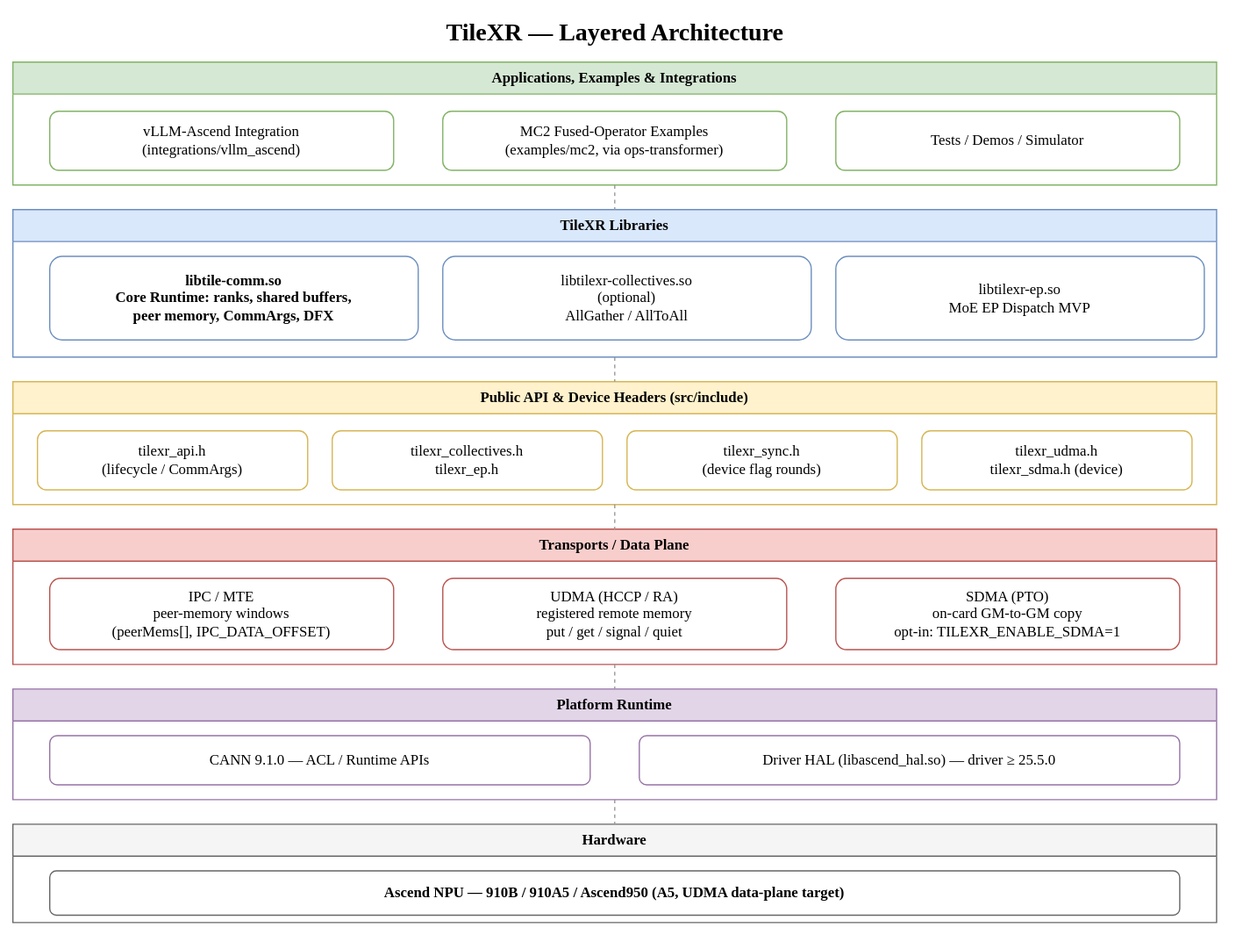
The draw.io diagram docs/diagrams/architecture-overview.drawio.svg in LingquLab/TileXR, before a commit. Source tidied: cells renumbered, new cells last; positions are measured from the earlier drawing's top-left corner, leaving out a move shared by most shapes.
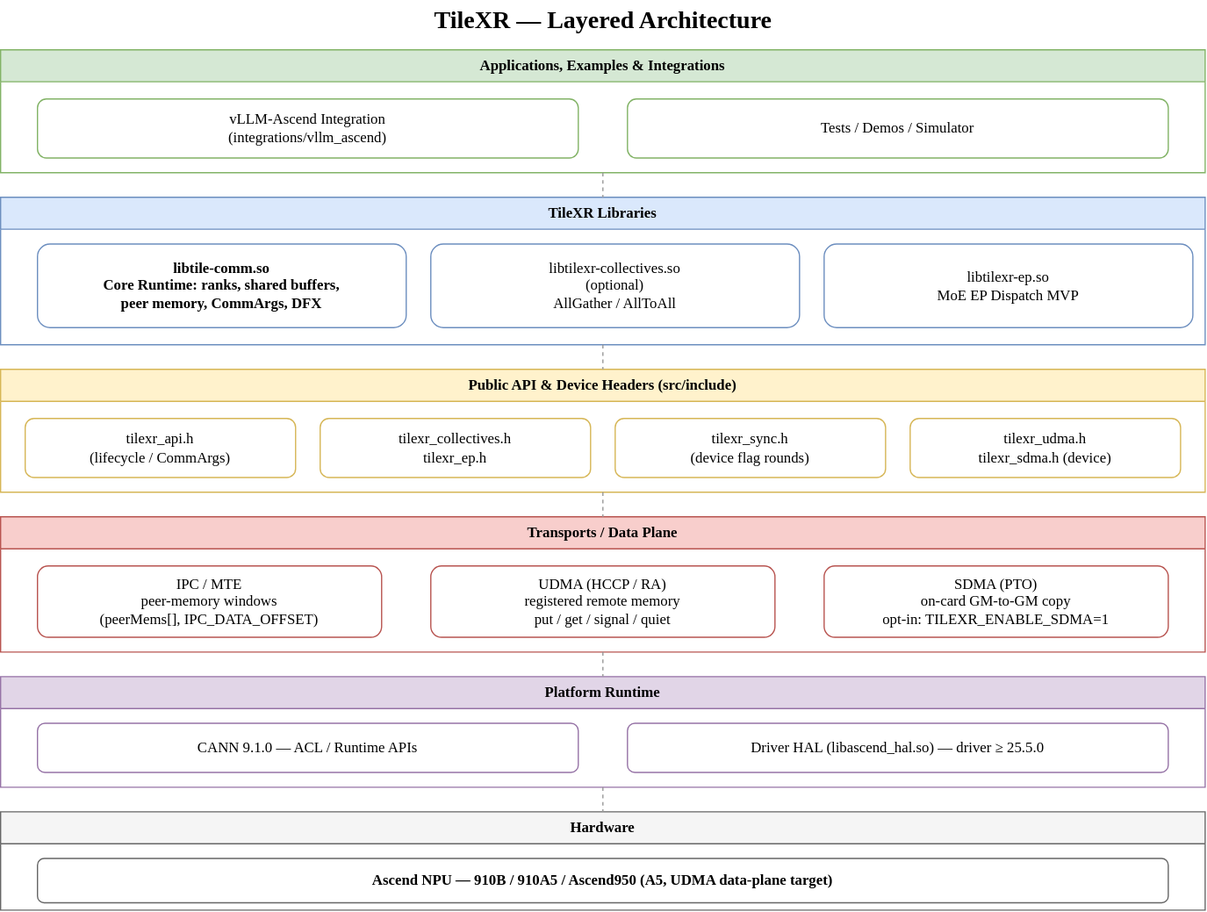
Above is the later version.

What changed in the source:
```diff
@@ -9,13 +9,10 @@
       <mxGeometry y="40" width="980" height="100" as="geometry" />
     </mxCell>
     <mxCell id="4" value="vLLM-Ascend Integration&#10;(integrations/vllm_ascend)" style="rounded=1;whiteSpace=wrap;fillColor=#ffffff;strokeColor=#82b366;fontFamily=Comic Sans MS;" parent="3" vertex="1">
-      <mxGeometry x="30" y="40" width="280" height="48" as="geometry" />
+      <mxGeometry x="30" y="40" width="440" height="48" as="geometry" />
     </mxCell>
-    <mxCell id="5" value="MC2 Fused-Operator Examples&#10;(examples/mc2, via ops-transformer)" style="rounded=1;whiteSpace=wrap;fillColor=#ffffff;strokeColor=#82b366;fontFamily=Comic Sans MS;" parent="3" vertex="1">
-      <mxGeometry x="350" y="40" width="280" height="48" as="geometry" />
-    </mxCell>
     <mxCell id="6" value="Tests / Demos / Simulator" style="rounded=1;whiteSpace=wrap;fillColor=#ffffff;strokeColor=#82b366;fontFamily=Comic Sans MS;" parent="3" vertex="1">
-      <mxGeometry x="670" y="40" width="280" height="48" as="geometry" />
+      <mxGeometry x="510" y="40" width="440" height="48" as="geometry" />
     </mxCell>
     <mxCell id="7" value="TileXR Libraries" style="swimlane;startSize=26;fillColor=#dae8fc;strokeColor=#6c8ebf;fontStyle=1;whiteSpace=wrap;fontFamily=Comic Sans MS;" parent="1" vertex="1">
       <mxGeometry y="160" width="980" height="120" as="geometry" />
```
